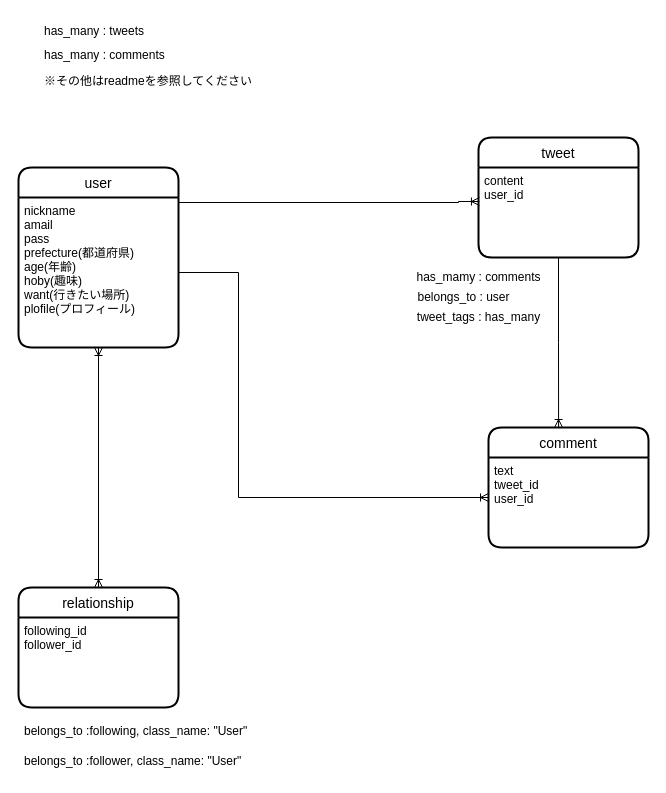
nannano-sys/origin_app keeps this draw.io diagram as Drow.dio. Above is the earlier version. Source tidied: cells renumbered, new cells numbered last; positions are measured from the earlier drawing's top-left corner, leaving out a move shared by most shapes. Both pictures are drawn from the tidied source at 100%, with x=0, y=0 at pixel (18, 17).
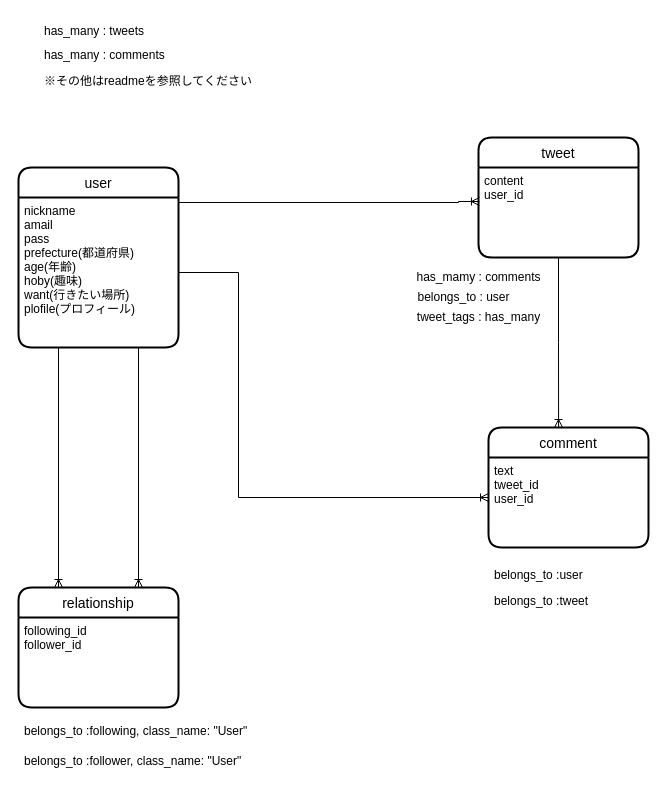
The same diagram, later.

The change refers to these unchanged cells:
```xml
<mxCell id="4" value="user" style="swimlane;horizontal=1;startSize=30;rounded=1;fontSize=14;fontStyle=0;strokeWidth=2;shadow=0;dashed=0;align=center;" parent="1" vertex="1">
  <mxGeometry y="150" width="160" height="180" as="geometry" />
</mxCell>
<mxCell id="5" value="nickname&#10;amail&#10;pass&#10;prefecture(都道府県)&#10;age(年齢)&#10;hoby(趣味)&#10;want(行きたい場所)&#10;plofile(プロフィール)&#10;&#10;" style="align=left;strokeColor=none;fillColor=none;spacingLeft=4;fontSize=12;verticalAlign=top;" parent="4" vertex="1">
  <mxGeometry y="30" width="160" height="150" as="geometry" />
</mxCell>
<mxCell id="15" value="relationship" style="swimlane;horizontal=1;startSize=30;rounded=1;fontSize=14;fontStyle=0;strokeWidth=2;shadow=0;dashed=0;align=center;" parent="1" vertex="1">
  <mxGeometry y="570" width="160" height="120" as="geometry" />
</mxCell>
```

Diff of the diagram source:
```diff
@@
-    <mxCell id="3" style="edgeStyle=orthogonalEdgeStyle;rounded=0;jettySize=auto;html=1;startArrow=ERoneToMany;startFill=0;endArrow=ERoneToMany;endFill=0;" parent="1" edge="1" source="4">
-      <mxGeometry relative="1" as="geometry">
-        <mxPoint x="80" y="570" as="targetPoint" />
-        <Array as="points">
-          <mxPoint x="80" y="570" />
-          <mxPoint x="80" y="570" />
-        </Array>
-      </mxGeometry>
-    </mxCell>
@@
+    <mxCell id="23" style="edgeStyle=orthogonalEdgeStyle;rounded=0;jettySize=auto;html=1;exitX=0.25;exitY=1;exitDx=0;exitDy=0;startArrow=none;startFill=0;endArrow=ERoneToMany;endFill=0;entryX=0.25;entryY=0;entryDx=0;entryDy=0;" parent="1" edge="1" source="5" target="15">
+      <mxGeometry relative="1" as="geometry" />
+    </mxCell>
+    <mxCell id="24" style="edgeStyle=orthogonalEdgeStyle;rounded=0;jettySize=auto;html=1;exitX=0.75;exitY=1;exitDx=0;exitDy=0;entryX=0.75;entryY=0;entryDx=0;entryDy=0;startArrow=none;startFill=0;endArrow=ERoneToMany;endFill=0;" parent="1" edge="1" source="5" target="15">
+      <mxGeometry relative="1" as="geometry" />
+    </mxCell>
+    <mxCell id="25" value="belongs_to :user" style="text;strokeColor=none;fillColor=none;align=left;verticalAlign=top;spacingLeft=4;spacingRight=4;overflow=hidden;" parent="1" vertex="1">
+      <mxGeometry x="470" y="544" width="110" height="26" as="geometry" />
+    </mxCell>
+    <mxCell id="26" value="belongs_to :tweet" style="text;strokeColor=none;fillColor=none;align=left;verticalAlign=top;spacingLeft=4;spacingRight=4;overflow=hidden;" parent="1" vertex="1">
+      <mxGeometry x="470" y="570" width="140" height="26" as="geometry" />
+    </mxCell>
```
